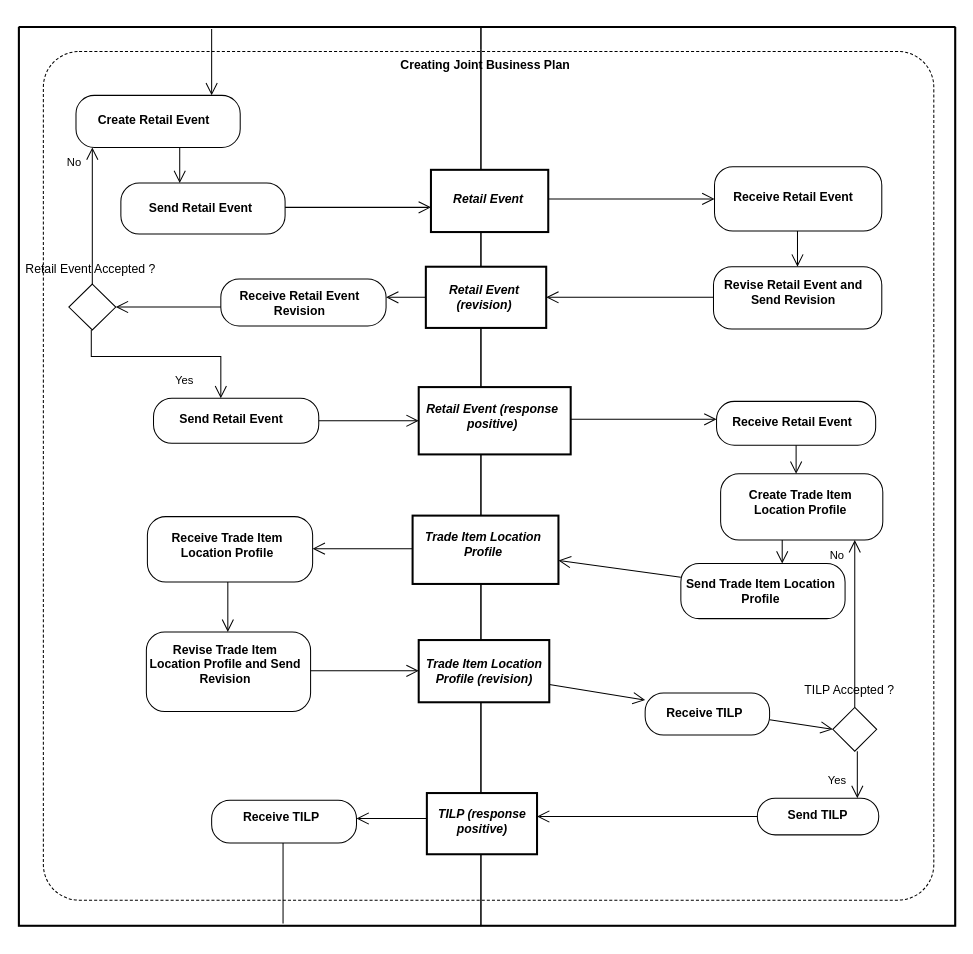
The draw.io diagram diagrams/UBL-2.2-CPFR-CreateJointBusinessPlan/UBL-2.2-CPFR-CreateJointBusinessPlan.drawio in kduvekot/ubl-work-on-svg-images, before the edit. Source tidied: cells renumbered, new cells numbered last; positions are measured from the earlier drawing's top-left corner, leaving out a move shared by most shapes. Both pictures are drawn from the tidied source at 102%, with x=0, y=0 at pixel (18, 27).
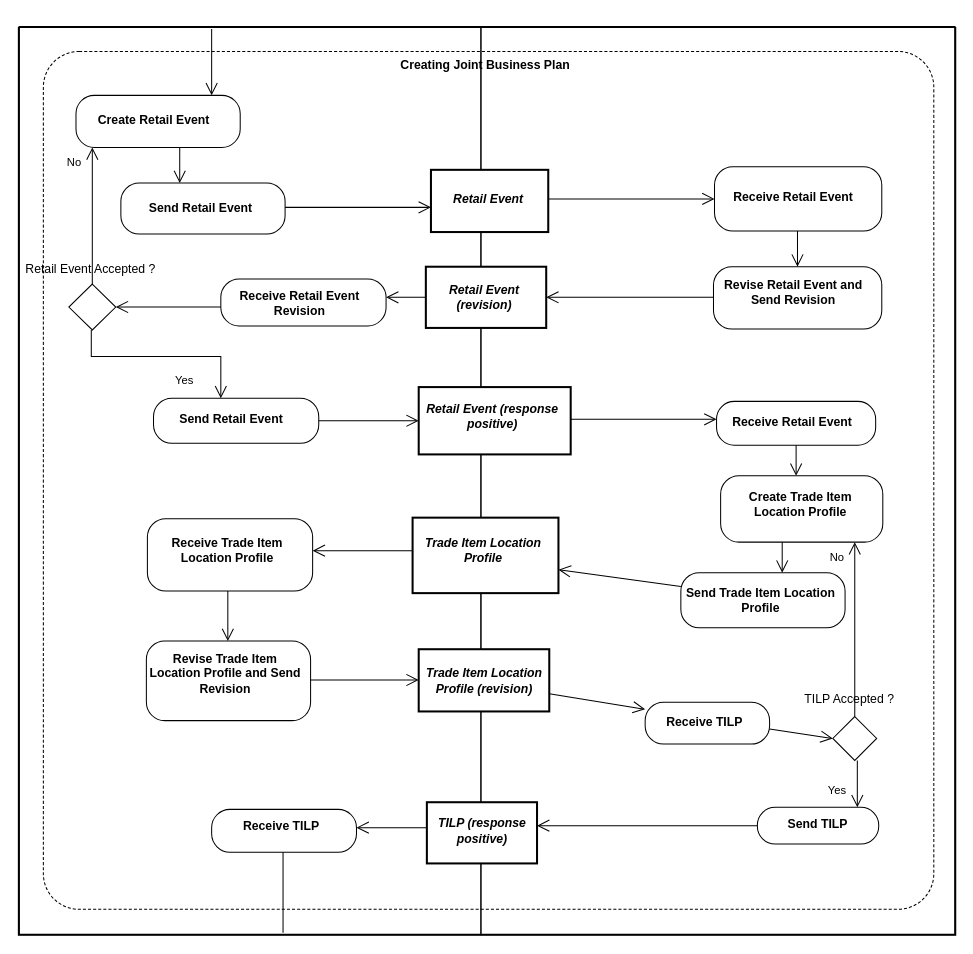
Above is the later version.

What changed in the source:
```diff
@@
     <mxCell id="2" style="swimlane;html=1;startSize=0;whiteSpace=wrap;fillColor=none;strokeWidth=2;" parent="1" vertex="1">
-      <mxGeometry width="918" height="881" as="geometry" />
+      <mxGeometry width="918" height="890" as="geometry" />
     </mxCell>
     <mxCell id="3" value="Creating Joint Business Plan" style="rounded=1;absoluteArcSize=1;arcSize=70;fillColor=none;dashed=1;dashPattern=3 2;html=1;whiteSpace=nowrap;fontStyle=1;align=center;verticalAlign=top;spacing=0;spacingTop=2;spacingRight=8;" parent="2" vertex="1">
-      <mxGeometry x="24" y="24" width="873" height="832" as="geometry" />
+      <mxGeometry x="24" y="24" width="873" height="841" as="geometry" />
     </mxCell>
     <mxCell id="4" style="swimlane;horizontal=1;startSize=22;swimlaneLine=0;html=1;fillColor=none;fontStyle=0;spacing=0;spacingRight=2;" parent="2" vertex="1">
-      <mxGeometry width="453" height="881" as="geometry" />
+      <mxGeometry width="453" height="890" as="geometry" />
     </mxCell>
     <mxCell id="5" style="swimlane;horizontal=1;startSize=22;swimlaneLine=0;html=1;fillColor=none;fontStyle=0;spacing=0;spacingLeft=1;" parent="2" vertex="1">
-      <mxGeometry x="453" width="465" height="881" as="geometry" />
+      <mxGeometry x="453" width="465" height="890" as="geometry" />
     </mxCell>
@@
     <mxCell id="17" value="Create Trade Item&lt;br&gt;Location Profile" style="rounded=1;absoluteArcSize=1;arcSize=36;html=1;whiteSpace=nowrap;fontStyle=1;align=center;verticalAlign=middle;spacing=0;spacingRight=4;spacingBottom=10;" parent="5" vertex="1">
-      <mxGeometry x="235" y="438" width="159" height="65" as="geometry" />
+      <mxGeometry x="235" y="440" width="159" height="65" as="geometry" />
     </mxCell>
     <mxCell id="18" value="Trade Item Location&lt;br&gt;Profile" style="rounded=0;html=1;whiteSpace=nowrap;fontStyle=3;align=center;verticalAlign=middle;spacing=0;spacingRight=5;spacingBottom=11;strokeWidth=2;" parent="5" vertex="1">
-      <mxGeometry x="-67" y="479" width="143" height="67" as="geometry" />
+      <mxGeometry x="-67" y="481" width="143" height="74" as="geometry" />
     </mxCell>
     <mxCell id="19" value="Receive Trade Item&lt;br&gt;Location Profile" style="rounded=1;absoluteArcSize=1;arcSize=36;html=1;whiteSpace=nowrap;fontStyle=1;align=center;verticalAlign=middle;spacing=0;spacingRight=7;spacingBottom=9;" parent="4" vertex="1">
-      <mxGeometry x="126" y="480" width="162" height="64" as="geometry" />
+      <mxGeometry x="126" y="482" width="162" height="71" as="geometry" />
     </mxCell>
     <mxCell id="20" value="Send Trade Item Location&lt;br&gt;Profile" style="rounded=1;absoluteArcSize=1;arcSize=36;html=1;whiteSpace=nowrap;fontStyle=1;align=center;verticalAlign=middle;spacing=0;spacingRight=5;spacingBottom=1;" parent="5" vertex="1">
-      <mxGeometry x="196" y="526" width="161" height="54" as="geometry" />
+      <mxGeometry x="196" y="535" width="161" height="54" as="geometry" />
     </mxCell>
     <mxCell id="21" value="Revise Trade Item&lt;br&gt;Location Profile and Send&lt;br&gt;Revision" style="rounded=1;absoluteArcSize=1;arcSize=36;html=1;whiteSpace=nowrap;fontStyle=1;align=center;verticalAlign=middle;spacing=0;spacingRight=8;spacingBottom=14;" parent="4" vertex="1">
-      <mxGeometry x="125" y="593" width="161" height="78" as="geometry" />
+      <mxGeometry x="125" y="602" width="161" height="78" as="geometry" />
     </mxCell>
     <mxCell id="22" value="Trade Item Location&lt;br&gt;Profile (revision)" style="rounded=0;html=1;whiteSpace=nowrap;fontStyle=3;align=center;verticalAlign=middle;spacing=0;strokeWidth=2;" parent="5" vertex="1">
-      <mxGeometry x="-61" y="601" width="128" height="61" as="geometry" />
+      <mxGeometry x="-61" y="610" width="128" height="61" as="geometry" />
     </mxCell>
     <mxCell id="23" value="Receive TILP" style="rounded=1;absoluteArcSize=1;arcSize=36;html=1;whiteSpace=nowrap;fontStyle=1;align=center;verticalAlign=middle;spacing=0;spacingRight=6;spacingBottom=1;" parent="5" vertex="1">
-      <mxGeometry x="161" y="653" width="122" height="41" as="geometry" />
+      <mxGeometry x="161" y="662" width="122" height="41" as="geometry" />
     </mxCell>
     <mxCell id="24" value="TILP Accepted ?" style="rhombus;html=1;whiteSpace=nowrap;fontStyle=0;align=center;verticalAlign=middle;spacing=0;spacingRight=11;spacingBottom=77;" parent="5" vertex="1">
-      <mxGeometry x="345" y="667" width="43" height="43" as="geometry" />
+      <mxGeometry x="345" y="676" width="43" height="43" as="geometry" />
     </mxCell>
     <mxCell id="25" value="TILP (response&lt;br&gt;positive)" style="rounded=0;html=1;whiteSpace=nowrap;fontStyle=3;align=center;verticalAlign=middle;spacing=0;spacingBottom=4;strokeWidth=2;" parent="5" vertex="1">
-      <mxGeometry x="-53" y="751" width="108" height="60" as="geometry" />
+      <mxGeometry x="-53" y="760" width="108" height="60" as="geometry" />
     </mxCell>
     <mxCell id="26" value="Send TILP" style="rounded=1;absoluteArcSize=1;arcSize=35;html=1;whiteSpace=nowrap;fontStyle=1;align=center;verticalAlign=middle;spacing=0;spacingRight=2;spacingBottom=3;" parent="5" vertex="1">
-      <mxGeometry x="271" y="756" width="119" height="36" as="geometry" />
+      <mxGeometry x="271" y="765" width="119" height="36" as="geometry" />
     </mxCell>
     <mxCell id="27" value="Receive TILP" style="rounded=1;absoluteArcSize=1;arcSize=36;html=1;whiteSpace=nowrap;fontStyle=1;align=center;verticalAlign=middle;spacing=0;spacingRight=6;spacingBottom=9;" parent="4" vertex="1">
-      <mxGeometry x="189" y="758" width="142" height="42" as="geometry" />
+      <mxGeometry x="189" y="767" width="142" height="42" as="geometry" />
     </mxCell>
@@
-    <mxCell id="40" style="edgeStyle=none;rounded=0;html=1;endArrow=open;endFill=0;endSize=10;exitPerimeter=0;entryX=1;entryY=0.4905;entryPerimeter=0;exitX=0;exitY=0.483463;" parent="2" edge="1" source="18" target="19">
+    <mxCell id="40" style="edgeStyle=none;rounded=0;html=1;endArrow=open;endFill=0;endSize=10;exitPerimeter=0;entryX=1;entryY=0.442141;entryPerimeter=0;exitX=0;exitY=0.43773;" parent="2" edge="1" source="18" target="19">
       <mxGeometry relative="1" as="geometry" />
     </mxCell>
@@
-    <mxCell id="43" style="edgeStyle=none;rounded=0;html=1;endArrow=open;endFill=0;endSize=10;exitX=0;exitY=0.25;exitPerimeter=0;entryX=1;entryY=0.6563;entryPerimeter=0;" parent="5" edge="1" source="20" target="18">
+    <mxCell id="43" style="edgeStyle=none;rounded=0;html=1;endArrow=open;endFill=0;endSize=10;exitX=0;exitY=0.25;exitPerimeter=0;entryX=1;entryY=0.688812;entryPerimeter=0;" parent="5" edge="1" source="20" target="18">
       <mxGeometry relative="1" as="geometry" />
     </mxCell>
@@
     <mxCell id="52" style="edgeStyle=none;rounded=0;html=1;endArrow=none;endFill=0;endSize=13;exitPerimeter=0;exitX=0.492958;exitY=1;" parent="4" edge="1" source="27">
       <mxGeometry relative="1" as="geometry">
-        <mxPoint x="259" y="879" as="targetPoint" />
+        <mxPoint x="259" y="888" as="targetPoint" />
       </mxGeometry>
     </mxCell>
```
